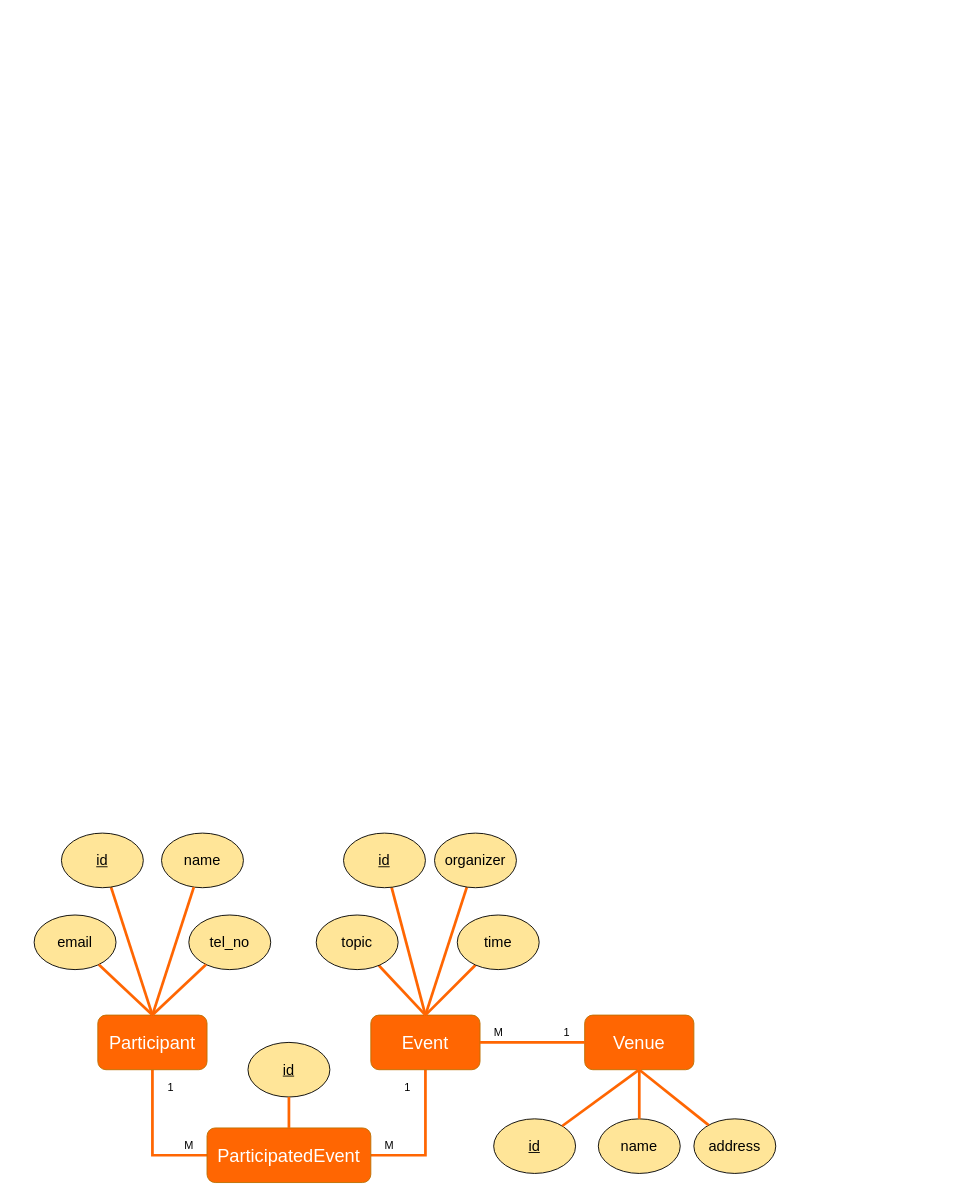
This is 餐廳論壇ERD.drawio from z88243310/bins, a draw.io file, before an edit. Source tidied: cells renumbered, new cells numbered last; positions are measured from the earlier drawing's top-left corner, leaving out a move shared by most shapes. Both pictures are drawn from the tidied source at 91%, with x=0, y=0 at pixel (34, 833).
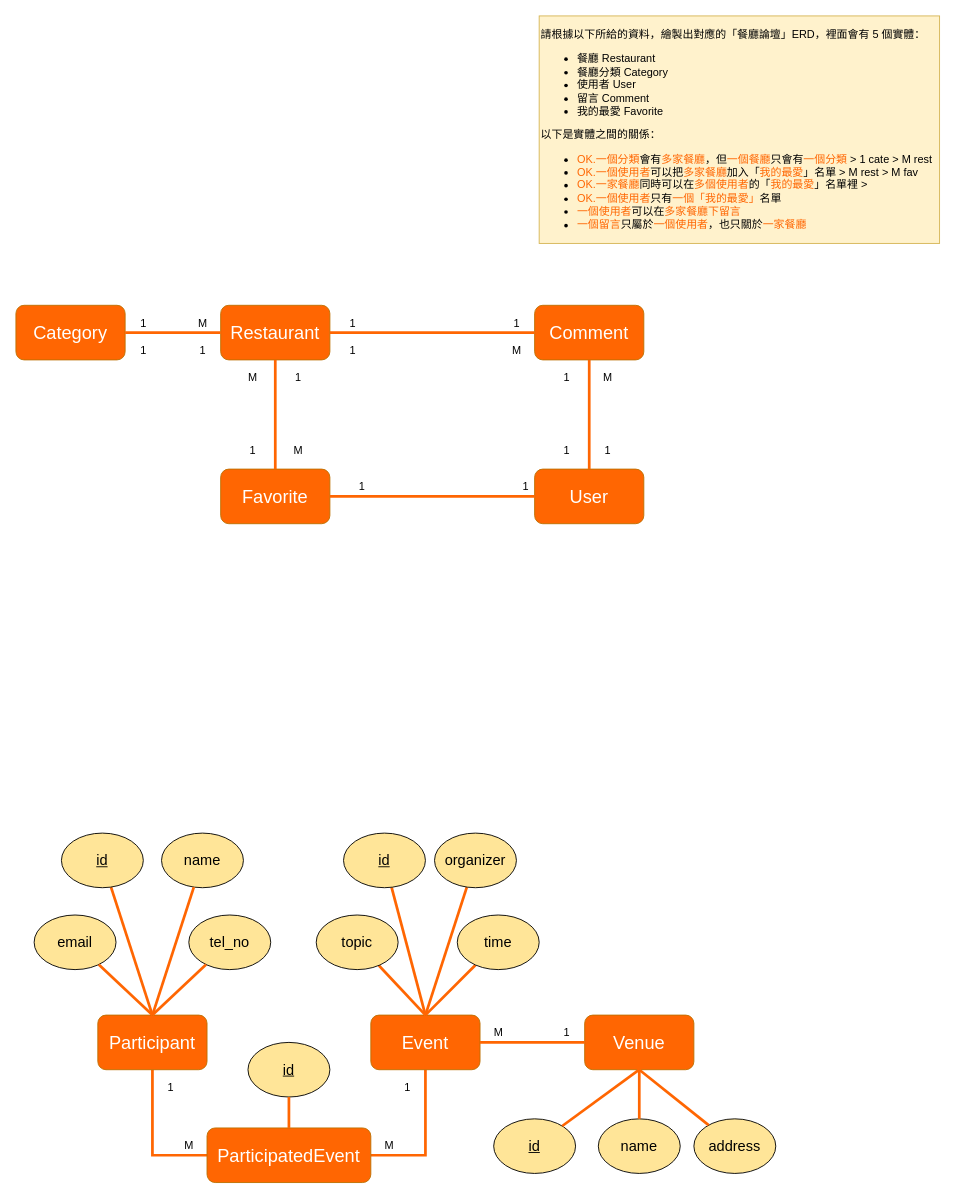
After the change.

Commit message:
更新餐廳論壇ERD.drawio

Diff of the diagram source:
```diff
@@
+    <mxCell id="39" value="&lt;p&gt;請根據以下所給的資料，繪製出對應的「餐廳論壇」ERD，裡面會有 5 個實體：&lt;/p&gt;&lt;ul&gt;&lt;li&gt;餐廳 Restaurant&lt;/li&gt;&lt;li&gt;餐廳分類 Category&lt;/li&gt;&lt;li&gt;使用者 User&lt;/li&gt;&lt;li&gt;留言 Comment&lt;/li&gt;&lt;li&gt;我的最愛 Favorite&lt;/li&gt;&lt;/ul&gt;&lt;p&gt;以下是實體之間的關係：&lt;/p&gt;&lt;ul&gt;&lt;li&gt;&lt;font color=&quot;#FF6602&quot;&gt;OK.一個分類&lt;/font&gt;會有&lt;font color=&quot;#FF6602&quot;&gt;多家餐廳&lt;/font&gt;，但&lt;font color=&quot;#FF6602&quot;&gt;一個餐廳&lt;/font&gt;只會有&lt;font color=&quot;#FF6602&quot;&gt;一個分類&lt;/font&gt; &amp;gt; 1 cate &amp;gt; M rest&lt;br&gt;&lt;/li&gt;&lt;li&gt;&lt;font color=&quot;#FF6602&quot;&gt;OK.一個使用者&lt;/font&gt;可以把&lt;font color=&quot;#FF6602&quot;&gt;多家餐廳&lt;/font&gt;加入「&lt;font color=&quot;#FF6602&quot;&gt;我的最愛&lt;/font&gt;」名單 &amp;gt; M rest &amp;gt; M fav&lt;br&gt;&lt;/li&gt;&lt;li&gt;&lt;font color=&quot;#FF6602&quot;&gt;OK.一家餐廳&lt;/font&gt;同時可以在&lt;font color=&quot;#FF6602&quot;&gt;多個使用者&lt;/font&gt;的「&lt;font color=&quot;#FF6602&quot;&gt;我的最愛&lt;/font&gt;」名單裡 &amp;gt; &lt;br&gt;&lt;/li&gt;&lt;li&gt;&lt;font color=&quot;#FF6602&quot;&gt;OK.一個使用者&lt;/font&gt;只有&lt;font color=&quot;#FF6602&quot;&gt;一個「我的最愛」&lt;/font&gt;名單&lt;/li&gt;&lt;li&gt;&lt;font color=&quot;#FF6602&quot;&gt;一個使用者&lt;/font&gt;可以在&lt;font color=&quot;#FF6602&quot;&gt;多家餐廳下留言&lt;/font&gt;&lt;/li&gt;&lt;li&gt;&lt;font color=&quot;#FF6602&quot;&gt;一個留言&lt;/font&gt;只屬於&lt;font color=&quot;#FF6602&quot;&gt;一個使用者&lt;/font&gt;，也只關於&lt;font color=&quot;#FF6602&quot;&gt;一家餐廳&lt;/font&gt;&lt;/li&gt;&lt;/ul&gt;" style="text;html=1;align=left;verticalAlign=middle;strokeColor=#d6b656;fillColor=#fff2cc;" parent="1" vertex="1">
+      <mxGeometry x="555" y="-898" width="440" height="250" as="geometry" />
+    </mxCell>
+    <mxCell id="40" value="Category" style="rounded=1;whiteSpace=wrap;html=1;fillColor=#FF6602;strokeColor=#BD7000;fontColor=#FFFFFF;fontSize=20;" parent="1" vertex="1">
+      <mxGeometry x="-20" y="-580" width="120" height="60" as="geometry" />
+    </mxCell>
+    <mxCell id="41" value="Restaurant" style="rounded=1;whiteSpace=wrap;html=1;fillColor=#FF6602;strokeColor=#BD7000;fontColor=#FFFFFF;fontSize=20;" parent="1" vertex="1">
+      <mxGeometry x="205" y="-580" width="120" height="60" as="geometry" />
+    </mxCell>
+    <mxCell id="42" value="User" style="rounded=1;whiteSpace=wrap;html=1;fillColor=#FF6602;strokeColor=#BD7000;fontColor=#FFFFFF;fontSize=20;" parent="1" vertex="1">
+      <mxGeometry x="550" y="-400" width="120" height="60" as="geometry" />
+    </mxCell>
+    <mxCell id="43" value="Comment" style="rounded=1;whiteSpace=wrap;html=1;fillColor=#FF6602;strokeColor=#BD7000;fontColor=#FFFFFF;fontSize=20;" parent="1" vertex="1">
+      <mxGeometry x="550" y="-580" width="120" height="60" as="geometry" />
+    </mxCell>
+    <mxCell id="44" value="Favorite" style="rounded=1;whiteSpace=wrap;html=1;fillColor=#FF6602;strokeColor=#BD7000;fontColor=#FFFFFF;fontSize=20;" parent="1" vertex="1">
+      <mxGeometry x="205" y="-400" width="120" height="60" as="geometry" />
+    </mxCell>
+    <mxCell id="45" style="edgeStyle=orthogonalEdgeStyle;rounded=0;jettySize=auto;html=1;entryX=0;entryY=0.5;entryDx=0;entryDy=0;strokeWidth=3;endArrow=none;endFill=0;strokeColor=#FF6602;exitX=1;exitY=0.5;exitDx=0;exitDy=0;" parent="1" edge="1" source="40" target="41">
+      <mxGeometry relative="1" as="geometry" />
+    </mxCell>
+    <mxCell id="46" value="1" style="text;html=1;align=center;verticalAlign=middle;strokeColor=none;fillColor=none;" parent="1" vertex="1">
+      <mxGeometry x="110" y="-570" width="20" height="20" as="geometry" />
+    </mxCell>
+    <mxCell id="47" value="M" style="text;html=1;align=center;verticalAlign=middle;strokeColor=none;fillColor=none;" parent="1" vertex="1">
+      <mxGeometry x="175" y="-570" width="20" height="20" as="geometry" />
+    </mxCell>
+    <mxCell id="48" style="edgeStyle=orthogonalEdgeStyle;rounded=0;jettySize=auto;html=1;strokeWidth=3;endArrow=none;endFill=0;strokeColor=#FF6602;exitX=1;exitY=0.5;exitDx=0;exitDy=0;entryX=0;entryY=0.5;entryDx=0;entryDy=0;" parent="1" edge="1" source="44" target="42">
+      <mxGeometry relative="1" as="geometry" />
+    </mxCell>
+    <mxCell id="49" value="1" style="text;html=1;align=center;verticalAlign=middle;strokeColor=none;fillColor=none;" parent="1" vertex="1">
+      <mxGeometry x="530" y="-390" width="20" height="20" as="geometry" />
+    </mxCell>
+    <mxCell id="50" value="1" style="text;html=1;align=center;verticalAlign=middle;strokeColor=none;fillColor=none;" parent="1" vertex="1">
+      <mxGeometry x="350" y="-390" width="20" height="20" as="geometry" />
+    </mxCell>
+    <mxCell id="51" style="edgeStyle=orthogonalEdgeStyle;rounded=0;jettySize=auto;html=1;strokeWidth=3;endArrow=none;endFill=0;strokeColor=#FF6602;exitX=0.5;exitY=1;exitDx=0;exitDy=0;entryX=0.5;entryY=0;entryDx=0;entryDy=0;" parent="1" edge="1" source="41" target="44">
+      <mxGeometry relative="1" as="geometry" />
+    </mxCell>
+    <mxCell id="52" value="1" style="text;html=1;align=center;verticalAlign=middle;strokeColor=none;fillColor=none;" parent="1" vertex="1">
+      <mxGeometry x="280" y="-510" width="20" height="20" as="geometry" />
+    </mxCell>
+    <mxCell id="53" value="M" style="text;html=1;align=center;verticalAlign=middle;strokeColor=none;fillColor=none;" parent="1" vertex="1">
+      <mxGeometry x="280" y="-430" width="20" height="20" as="geometry" />
+    </mxCell>
+    <mxCell id="54" style="edgeStyle=orthogonalEdgeStyle;rounded=0;jettySize=auto;html=1;strokeWidth=3;endArrow=none;endFill=0;strokeColor=#FF6602;exitX=1;exitY=0.5;exitDx=0;exitDy=0;entryX=0;entryY=0.5;entryDx=0;entryDy=0;" parent="1" edge="1" source="41" target="43">
+      <mxGeometry relative="1" as="geometry" />
+    </mxCell>
+    <mxCell id="55" style="edgeStyle=orthogonalEdgeStyle;rounded=0;jettySize=auto;html=1;strokeWidth=3;endArrow=none;endFill=0;strokeColor=#FF6602;exitX=0.5;exitY=1;exitDx=0;exitDy=0;entryX=0.5;entryY=0;entryDx=0;entryDy=0;" parent="1" edge="1" source="43" target="42">
+      <mxGeometry relative="1" as="geometry" />
+    </mxCell>
+    <mxCell id="56" value="1" style="text;html=1;align=center;verticalAlign=middle;strokeColor=none;fillColor=none;" parent="1" vertex="1">
+      <mxGeometry x="620" y="-430" width="20" height="20" as="geometry" />
+    </mxCell>
+    <mxCell id="57" value="M" style="text;html=1;align=center;verticalAlign=middle;strokeColor=none;fillColor=none;" parent="1" vertex="1">
+      <mxGeometry x="620" y="-510" width="20" height="20" as="geometry" />
+    </mxCell>
+    <mxCell id="58" value="1" style="text;html=1;align=center;verticalAlign=middle;strokeColor=none;fillColor=none;" parent="1" vertex="1">
+      <mxGeometry x="520" y="-570" width="20" height="20" as="geometry" />
+    </mxCell>
+    <mxCell id="59" value="1" style="text;html=1;align=center;verticalAlign=middle;strokeColor=none;fillColor=none;" parent="1" vertex="1">
+      <mxGeometry x="340" y="-570" width="20" height="20" as="geometry" />
+    </mxCell>
+    <mxCell id="60" value="1" style="text;html=1;align=center;verticalAlign=middle;strokeColor=none;fillColor=none;" parent="1" vertex="1">
+      <mxGeometry x="340" y="-540" width="20" height="20" as="geometry" />
+    </mxCell>
+    <mxCell id="61" value="M" style="text;html=1;align=center;verticalAlign=middle;strokeColor=none;fillColor=none;" parent="1" vertex="1">
+      <mxGeometry x="520" y="-540" width="20" height="20" as="geometry" />
+    </mxCell>
+    <mxCell id="62" value="1" style="text;html=1;align=center;verticalAlign=middle;strokeColor=none;fillColor=none;" parent="1" vertex="1">
+      <mxGeometry x="175" y="-540" width="20" height="20" as="geometry" />
+    </mxCell>
+    <mxCell id="63" value="1" style="text;html=1;align=center;verticalAlign=middle;strokeColor=none;fillColor=none;" parent="1" vertex="1">
+      <mxGeometry x="110" y="-540" width="20" height="20" as="geometry" />
+    </mxCell>
+    <mxCell id="64" value="&lt;div&gt;1&lt;/div&gt;" style="text;html=1;align=center;verticalAlign=middle;strokeColor=none;fillColor=none;" parent="1" vertex="1">
+      <mxGeometry x="230" y="-430" width="20" height="20" as="geometry" />
+    </mxCell>
+    <mxCell id="65" value="M" style="text;html=1;align=center;verticalAlign=middle;strokeColor=none;fillColor=none;" parent="1" vertex="1">
+      <mxGeometry x="230" y="-510" width="20" height="20" as="geometry" />
+    </mxCell>
+    <mxCell id="66" value="1" style="text;html=1;align=center;verticalAlign=middle;strokeColor=none;fillColor=none;" parent="1" vertex="1">
+      <mxGeometry x="575" y="-510" width="20" height="20" as="geometry" />
+    </mxCell>
+    <mxCell id="67" value="1" style="text;html=1;align=center;verticalAlign=middle;strokeColor=none;fillColor=none;" parent="1" vertex="1">
+      <mxGeometry x="575" y="-430" width="20" height="20" as="geometry" />
+    </mxCell>
```
